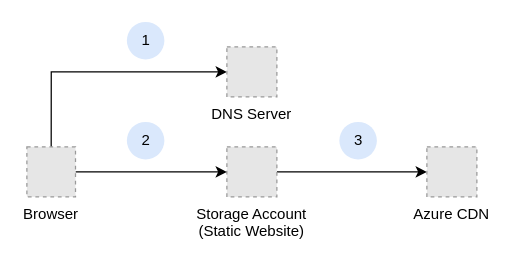
The draw.io diagram page "Primary Solution" (1 of 2) of doc/infrastructure.drawio in vaporfizz/website, before the edit. Source tidied: cells renumbered, new cells numbered last; positions are measured from the earlier drawing's top-left corner, leaving out a move shared by most shapes. Both pictures are drawn from the tidied source at 125%, with x=0, y=0 at pixel (26, 21). Pictures stored in the file or linked from it are replaced by grey dashed boxes.
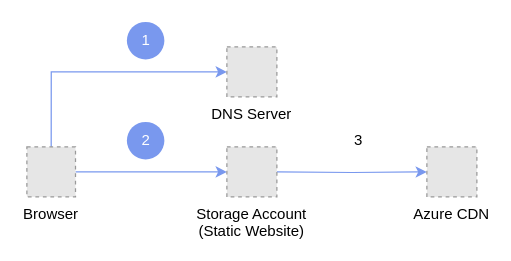
The same diagram, later.

What changed in the source:
```diff
@@
 <mxGraphModel>
   <root>
     <mxCell id="0" />
     <mxCell id="1" parent="0" />
-    <mxCell id="2" style="edgeStyle=orthogonalEdgeStyle;rounded=0;jettySize=auto;html=1;entryX=0;entryY=0.5;entryDx=0;entryDy=0;strokeColor=#000000;fontColor=#000000;" parent="1" edge="1" source="3" target="4">
-      <mxGeometry relative="1" as="geometry" />
+    <mxCell id="2" style="edgeStyle=orthogonalEdgeStyle;rounded=0;jettySize=auto;html=1;strokeColor=#7998EE;fontColor=#000000;entryX=0;entryY=0.5;entryDx=0;entryDy=0;" parent="1" edge="1" target="4">
+      <mxGeometry relative="1" as="geometry">
+        <mxPoint x="200" y="120" as="sourcePoint" />
+      </mxGeometry>
     </mxCell>
-    <mxCell id="3" value="Storage Account&#10;(Static Website)" style="fillColor=#E6E6E6;strokeColor=#999999;dashed=1;verticalLabelPosition=bottom;labelBackgroundColor=default;verticalAlign=top;fontColor=#000000;" parent="1" vertex="1">
-      <mxGeometry x="160" y="100" width="40" height="40" as="geometry" />
-    </mxCell>
-    <mxCell id="4" value="Azure CDN" style="fillColor=#E6E6E6;strokeColor=#999999;dashed=1;verticalLabelPosition=bottom;labelBackgroundColor=default;verticalAlign=top;fontColor=#000000;" parent="1" vertex="1">
-      <mxGeometry x="320" y="100" width="40" height="40" as="geometry" />
-    </mxCell>
-    <mxCell id="5" style="edgeStyle=orthogonalEdgeStyle;rounded=0;jettySize=auto;html=1;entryX=0;entryY=0.5;entryDx=0;entryDy=0;exitX=0.5;exitY=0;exitDx=0;exitDy=0;strokeColor=#000000;fontColor=#000000;" parent="1" edge="1" source="7" target="8">
+    <mxCell id="5" style="edgeStyle=orthogonalEdgeStyle;rounded=0;jettySize=auto;html=1;strokeColor=#7998EE;fontColor=#000000;entryX=0;entryY=0.5;entryDx=0;entryDy=0;exitX=0.5;exitY=0;exitDx=0;exitDy=0;" parent="1" edge="1" source="7" target="8">
       <mxGeometry relative="1" as="geometry" />
     </mxCell>
-    <mxCell id="6" style="edgeStyle=orthogonalEdgeStyle;rounded=0;jettySize=auto;html=1;entryX=0;entryY=0.5;entryDx=0;entryDy=0;strokeColor=#000000;fontColor=#000000;" parent="1" edge="1" source="7" target="3">
+    <mxCell id="6" style="edgeStyle=orthogonalEdgeStyle;rounded=0;jettySize=auto;html=1;strokeColor=#7998EE;fontColor=#000000;exitX=1;exitY=0.5;exitDx=0;exitDy=0;entryX=0;entryY=0.5;entryDx=0;entryDy=0;" parent="1" edge="1" source="7" target="3">
       <mxGeometry relative="1" as="geometry" />
     </mxCell>
-    <mxCell id="7" value="Browser" style="fillColor=#E6E6E6;strokeColor=#999999;dashed=1;verticalLabelPosition=bottom;labelBackgroundColor=default;verticalAlign=top;fontColor=#000000;" parent="1" vertex="1">
-      <mxGeometry y="100" width="38.9" height="40" as="geometry" />
-    </mxCell>
-    <mxCell id="8" value="DNS Server" style="fillColor=#E6E6E6;strokeColor=#999999;dashed=1;verticalLabelPosition=bottom;labelBackgroundColor=default;verticalAlign=top;fontColor=#000000;" parent="1" vertex="1">
-      <mxGeometry x="160" y="20" width="40" height="40" as="geometry" />
-    </mxCell>
-    <mxCell id="9" value="1" style="text;html=1;align=center;verticalAlign=middle;strokeColor=none;fillColor=#dae8fc;rounded=1;fillStyle=solid;perimeterSpacing=0;perimeter=rectanglePerimeter;arcSize=50;imageWidth=24;absoluteArcSize=0;spacing=2;fontColor=#000000;" parent="1" vertex="1">
+    <mxCell id="9" value="&lt;font color=&quot;#ffffff&quot;&gt;1&lt;/font&gt;" style="text;html=1;align=center;verticalAlign=middle;strokeColor=none;fillColor=#7998EE;rounded=1;fillStyle=solid;perimeterSpacing=0;perimeter=rectanglePerimeter;arcSize=50;imageWidth=24;absoluteArcSize=0;spacing=2;fontColor=#000000;" parent="1" vertex="1">
       <mxGeometry x="80" width="30" height="30" as="geometry" />
     </mxCell>
-    <mxCell id="10" value="2" style="text;html=1;align=center;verticalAlign=middle;strokeColor=none;fillColor=#dae8fc;rounded=1;fillStyle=solid;perimeterSpacing=0;perimeter=rectanglePerimeter;arcSize=50;imageWidth=24;absoluteArcSize=0;spacing=2;fontColor=#000000;" parent="1" vertex="1">
+    <mxCell id="10" value="&lt;font color=&quot;#ffffff&quot;&gt;2&lt;/font&gt;" style="text;html=1;align=center;verticalAlign=middle;strokeColor=none;fillColor=#7998EE;rounded=1;fillStyle=solid;perimeterSpacing=0;perimeter=rectanglePerimeter;arcSize=50;imageWidth=24;absoluteArcSize=0;spacing=2;fontColor=#000000;" parent="1" vertex="1">
       <mxGeometry x="80" y="80" width="30" height="30" as="geometry" />
     </mxCell>
-    <mxCell id="11" value="3" style="text;html=1;align=center;verticalAlign=middle;strokeColor=none;fillColor=#dae8fc;rounded=1;fillStyle=solid;perimeterSpacing=0;perimeter=rectanglePerimeter;arcSize=50;imageWidth=24;absoluteArcSize=0;spacing=2;fontColor=#000000;" parent="1" vertex="1">
+    <mxCell id="11" value="3" style="text;html=1;align=center;verticalAlign=middle;strokeColor=none;fillColor=#FFFFFF;rounded=1;fillStyle=solid;perimeterSpacing=0;perimeter=rectanglePerimeter;arcSize=50;imageWidth=24;absoluteArcSize=0;spacing=2;fontColor=#000000;" parent="1" vertex="1">
       <mxGeometry x="250" y="80" width="30" height="30" as="geometry" />
     </mxCell>
+    <mxCell id="8" value="DNS Server" style="fillColor=#E6E6E6;strokeColor=#999999;dashed=1;verticalLabelPosition=bottom;labelBackgroundColor=default;verticalAlign=top;" parent="1" vertex="1">
+      <mxGeometry x="160" y="20" width="40" height="40" as="geometry" />
+    </mxCell>
+    <mxCell id="7" value="Browser" style="fillColor=#E6E6E6;strokeColor=#999999;dashed=1;verticalLabelPosition=bottom;labelBackgroundColor=default;verticalAlign=top;" parent="1" vertex="1">
+      <mxGeometry y="100" width="38.9" height="40" as="geometry" />
+    </mxCell>
+    <mxCell id="3" value="Storage Account&#10;(Static Website)" style="fillColor=#E6E6E6;strokeColor=#999999;dashed=1;verticalLabelPosition=bottom;labelBackgroundColor=default;verticalAlign=top;" parent="1" vertex="1">
+      <mxGeometry x="160" y="100" width="40" height="40" as="geometry" />
+    </mxCell>
+    <mxCell id="4" value="Azure CDN" style="fillColor=#E6E6E6;strokeColor=#999999;dashed=1;verticalLabelPosition=bottom;labelBackgroundColor=default;verticalAlign=top;" parent="1" vertex="1">
+      <mxGeometry x="320" y="100" width="40" height="40" as="geometry" />
+    </mxCell>
   </root>
 </mxGraphModel>
```
